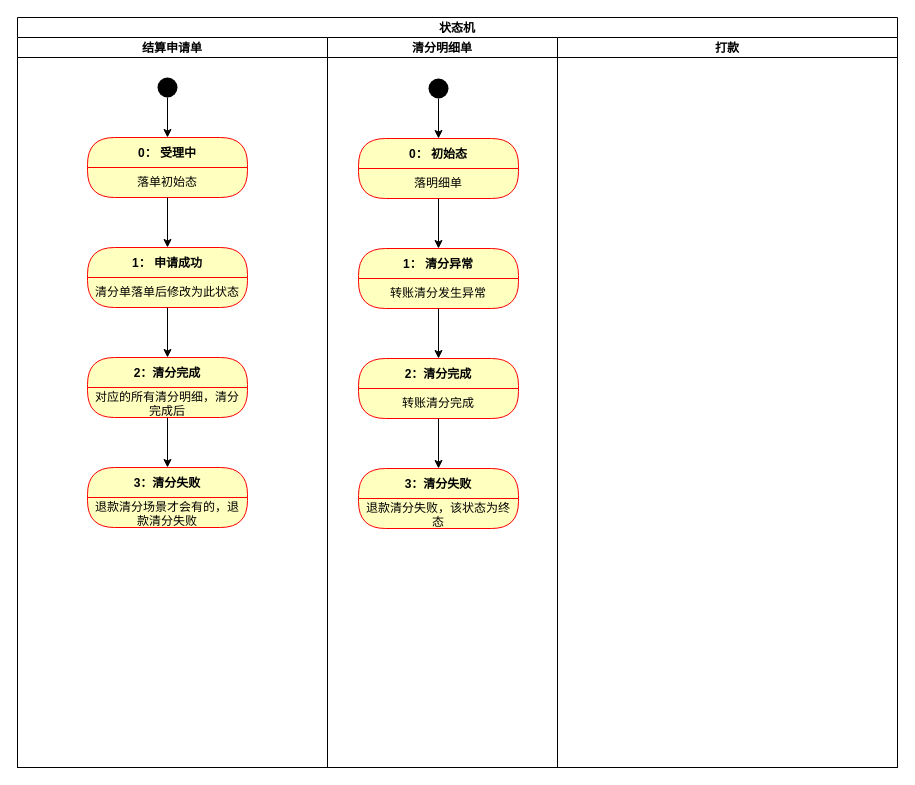
Before: merchant-settle/状态机.drawio in DominicElvira/Diagrams, a draw.io diagram. Source tidied: cells renumbered, new cells numbered last; positions are measured from the earlier drawing's top-left corner, leaving out a move shared by most shapes. Both pictures are drawn from the tidied source at 100%, with x=0, y=0 at pixel (17, 17).
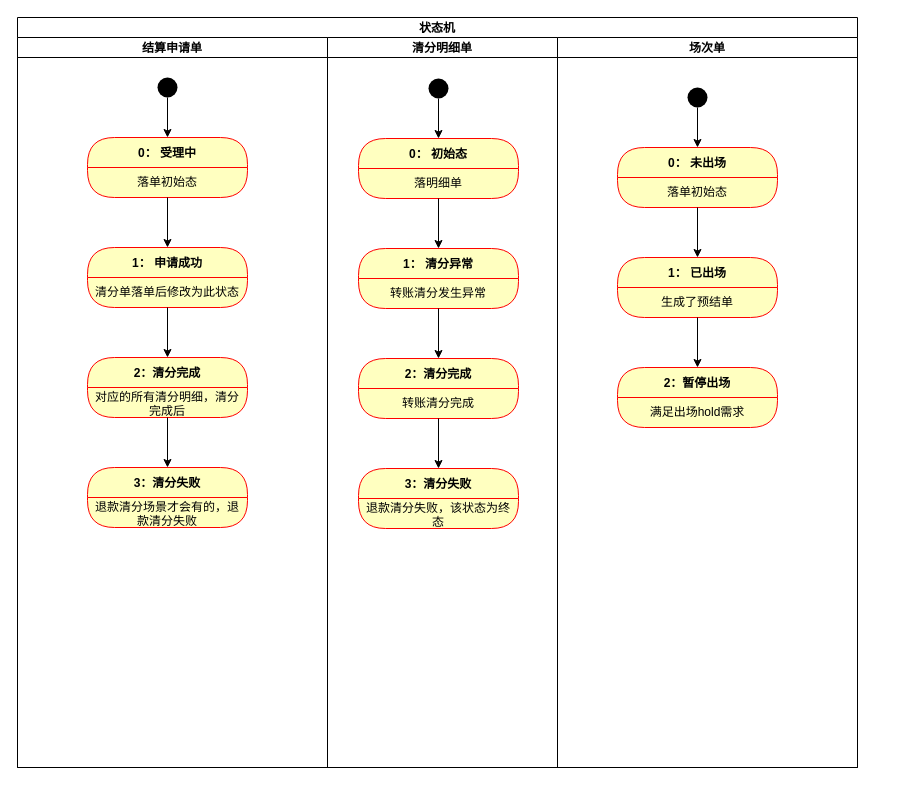
The same diagram, later.

What changed in the source:
```diff
@@
-    <mxCell id="2" value="状态机" style="swimlane;startSize=20;" parent="1" vertex="1">
-      <mxGeometry width="880" height="750" as="geometry" />
+    <mxCell id="2" value="状态机" style="swimlane;startSize=20;flipH=1;" parent="1" vertex="1">
+      <mxGeometry width="840" height="750" as="geometry" />
     </mxCell>
@@
-    <mxCell id="14" value="打款" style="swimlane;startSize=20;" parent="2" vertex="1">
-      <mxGeometry x="540" y="20" width="340" height="730" as="geometry" />
+    <mxCell id="14" value="场次单" style="swimlane;startSize=20;" parent="2" vertex="1">
+      <mxGeometry x="540" y="20" width="300" height="730" as="geometry" />
     </mxCell>
+    <mxCell id="32" style="ellipse;fillColor=#000000;strokeColor=none;" parent="14" vertex="1">
+      <mxGeometry x="130" y="50" width="20" height="20" as="geometry" />
+    </mxCell>
+    <mxCell id="33" value="0： 未出场" style="swimlane;fontStyle=1;align=center;verticalAlign=middle;horizontal=1;startSize=30;fontColor=#000000;rounded=1;arcSize=30;strokeColor=#ff0000;fillColor=#ffffc0;swimlaneFillColor=#ffffc0;" parent="14" vertex="1">
+      <mxGeometry x="60" y="110" width="160" height="60" as="geometry" />
+    </mxCell>
+    <mxCell id="34" style="edgeStyle=orthogonalEdgeStyle;rounded=0;jettySize=auto;html=1;exitX=0.5;exitY=1;exitDx=0;exitDy=0;entryX=0.5;entryY=0;entryDx=0;entryDy=0;" parent="14" edge="1" source="32" target="33">
+      <mxGeometry relative="1" as="geometry" />
+    </mxCell>
+    <mxCell id="35" value="2：暂停出场" style="swimlane;fontStyle=1;align=center;verticalAlign=middle;horizontal=1;startSize=30;fontColor=#000000;rounded=1;arcSize=30;strokeColor=#ff0000;fillColor=#ffffc0;swimlaneFillColor=#ffffc0;" parent="14" vertex="1">
+      <mxGeometry x="60" y="330" width="160" height="60" as="geometry" />
+    </mxCell>
+    <mxCell id="36" value="满足出场hold需求" style="text;html=1;strokeColor=none;fillColor=none;align=center;verticalAlign=middle;spacingLeft=4;spacingRight=4;whiteSpace=wrap;overflow=hidden;fontColor=#000000;" parent="35" vertex="1">
+      <mxGeometry y="30" width="160" height="30" as="geometry" />
+    </mxCell>
+    <mxCell id="37" value="1： 已出场" style="swimlane;fontStyle=1;align=center;verticalAlign=middle;horizontal=1;startSize=30;fontColor=#000000;rounded=1;arcSize=30;strokeColor=#ff0000;fillColor=#ffffc0;swimlaneFillColor=#ffffc0;" parent="14" vertex="1">
+      <mxGeometry x="60" y="220" width="160" height="60" as="geometry" />
+    </mxCell>
+    <mxCell id="38" value="生成了预结单" style="text;html=1;strokeColor=none;fillColor=none;align=center;verticalAlign=middle;spacingLeft=4;spacingRight=4;whiteSpace=wrap;overflow=hidden;fontColor=#000000;" parent="37" vertex="1">
+      <mxGeometry y="30" width="160" height="30" as="geometry" />
+    </mxCell>
+    <mxCell id="39" style="edgeStyle=orthogonalEdgeStyle;rounded=0;jettySize=auto;html=1;exitX=0.5;exitY=1;exitDx=0;exitDy=0;entryX=0.5;entryY=0;entryDx=0;entryDy=0;" parent="14" edge="1" source="41" target="37">
+      <mxGeometry relative="1" as="geometry" />
+    </mxCell>
+    <mxCell id="40" style="edgeStyle=orthogonalEdgeStyle;rounded=0;jettySize=auto;html=1;exitX=0.5;exitY=1;exitDx=0;exitDy=0;entryX=0.5;entryY=0;entryDx=0;entryDy=0;" parent="14" edge="1" source="38" target="35">
+      <mxGeometry relative="1" as="geometry" />
+    </mxCell>
+    <mxCell id="41" value="落单初始态" style="text;html=1;strokeColor=none;fillColor=none;align=center;verticalAlign=middle;spacingLeft=4;spacingRight=4;whiteSpace=wrap;overflow=hidden;fontColor=#000000;" parent="14" vertex="1">
+      <mxGeometry x="60" y="140" width="160" height="30" as="geometry" />
+    </mxCell>
```
